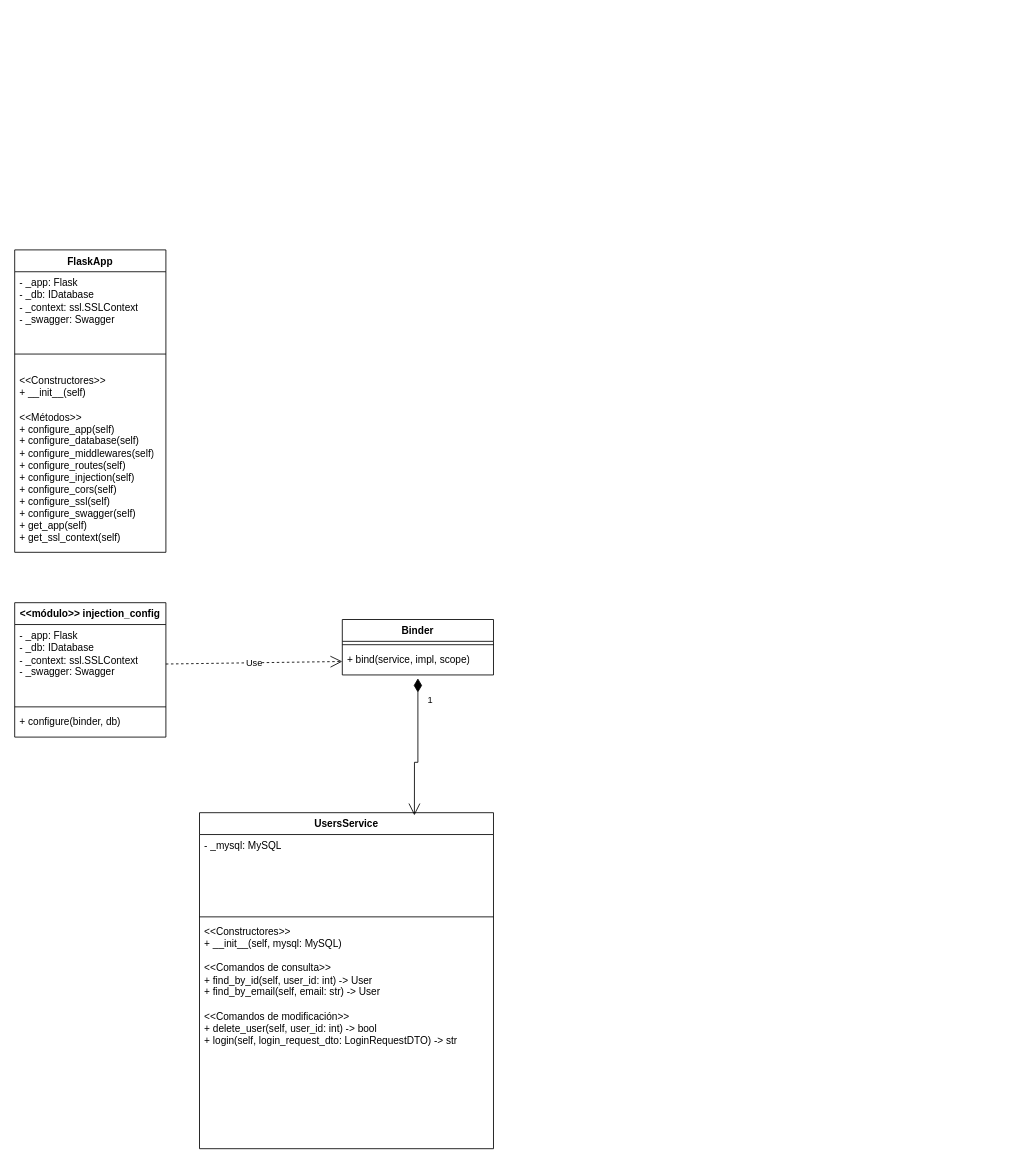
This is Proyecto_backend/documentation/UMLs/UML.drawio from Gonza90l/Proyecto-Final, a draw.io file, before an edit. Source tidied: cells renumbered, new cells numbered last; positions are measured from the earlier drawing's top-left corner, leaving out a move shared by most shapes. Both pictures are drawn from the tidied source at 84%, with x=0, y=0 at pixel (14, 249).
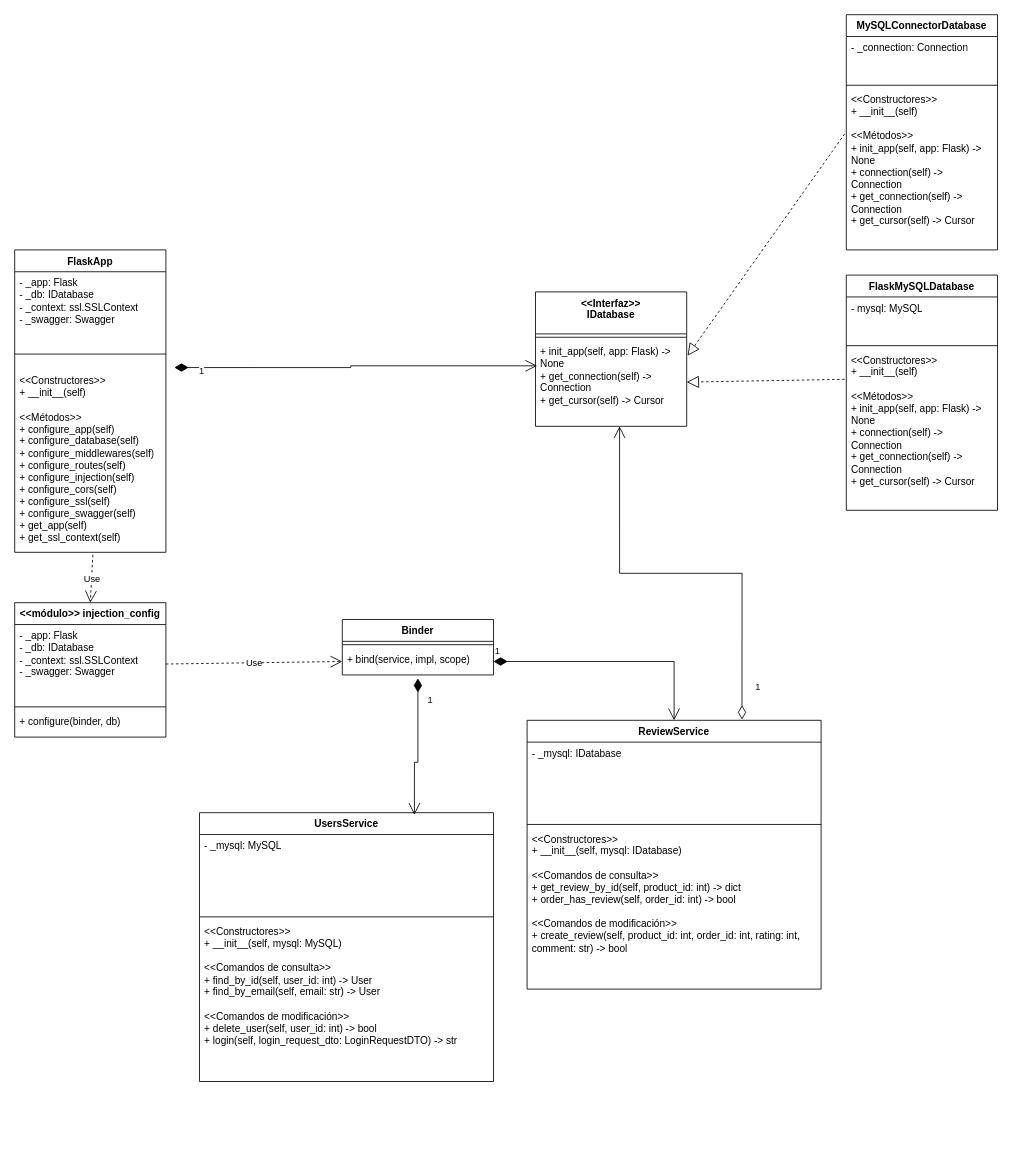
Above is the later version.

Commit message (it also covers changes not shown here):
IMPLEMENTAR: se añadió un archivo de diagrama UML para mejorar la documentación del sistema.

Unchanged cells that the change refers to:
```xml
<mxCell id="2" value="&amp;lt;&amp;lt;módulo&amp;gt;&amp;gt; injection_config " style="swimlane;fontStyle=1;align=center;verticalAlign=top;horizontal=1;startSize=26;whiteSpace=wrap;html=1;" parent="1" vertex="1">
  <mxGeometry y="420" width="180" height="160" as="geometry" />
</mxCell>
<mxCell id="9" value="&lt;div&gt;&lt;br&gt;&lt;/div&gt;&lt;div&gt;&amp;lt;&amp;lt;Constructores&amp;gt;&amp;gt;&lt;/div&gt;&lt;div&gt;+ __init__(self)&lt;/div&gt;&lt;div&gt;&lt;br&gt;&lt;/div&gt;&lt;div&gt;&amp;lt;&amp;lt;Métodos&amp;gt;&amp;gt;&lt;/div&gt;&lt;div&gt;+ configure_app(self)&lt;/div&gt;&lt;div&gt;+ configure_database(self)&lt;/div&gt;&lt;div&gt;+ configure_middlewares(self)&lt;/div&gt;&lt;div&gt;+ configure_routes(self)&lt;/div&gt;&lt;div&gt;+ configure_injection(self)&lt;/div&gt;&lt;div&gt;+ configure_cors(self)&lt;/div&gt;&lt;div&gt;+ configure_ssl(self)&lt;/div&gt;&lt;div&gt;+ configure_swagger(self)&lt;/div&gt;&lt;div&gt;+ get_app(self)&lt;/div&gt;&lt;div&gt;+ get_ssl_context(self)&lt;/div&gt;&lt;div&gt;&lt;br&gt;&lt;/div&gt;" style="text;strokeColor=none;fillColor=none;align=left;verticalAlign=top;spacingLeft=4;spacingRight=4;overflow=hidden;points=[[0,0.5],[1,0.5]];portConstraint=eastwest;whiteSpace=wrap;html=1;" parent="6" vertex="1">
  <mxGeometry y="128" width="180" height="232" as="geometry" />
</mxCell>
<mxCell id="16" value="&lt;div&gt;+ bind(service, impl, scope)&lt;br&gt;&lt;/div&gt;" style="text;strokeColor=none;fillColor=none;align=left;verticalAlign=top;spacingLeft=4;spacingRight=4;overflow=hidden;points=[[0,0.5],[1,0.5]];portConstraint=eastwest;whiteSpace=wrap;html=1;" parent="14" vertex="1">
  <mxGeometry y="34" width="180" height="32" as="geometry" />
</mxCell>
```

Change to the diagram source:
```diff
@@
     <mxCell id="10" value="UsersService" style="swimlane;fontStyle=1;align=center;verticalAlign=top;horizontal=1;startSize=26;whiteSpace=wrap;html=1;" parent="1" vertex="1">
-      <mxGeometry x="220" y="670" width="350" height="400" as="geometry" />
+      <mxGeometry x="220" y="670" width="350" height="320" as="geometry" />
     </mxCell>
@@
     <mxCell id="13" value="&lt;div&gt;&lt;div&gt;&amp;lt;&amp;lt;Constructores&amp;gt;&amp;gt;&lt;/div&gt;&lt;div&gt;+ __init__(self, mysql: MySQL)&lt;/div&gt;&lt;div&gt;&lt;br&gt;&lt;/div&gt;&lt;div&gt;&amp;lt;&amp;lt;Comandos de consulta&amp;gt;&amp;gt;&lt;/div&gt;&lt;div&gt;+ find_by_id(self, user_id: int) -&amp;gt; User&lt;/div&gt;&lt;div&gt;+ find_by_email(self, email: str) -&amp;gt; User&lt;/div&gt;&lt;div&gt;&lt;br&gt;&lt;/div&gt;&lt;div&gt;&amp;lt;&amp;lt;Comandos de modificación&amp;gt;&amp;gt;&lt;/div&gt;&lt;div&gt;+ delete_user(self, user_id: int) -&amp;gt; bool&lt;/div&gt;&lt;div&gt;+ login(self, login_request_dto: LoginRequestDTO) -&amp;gt; str&lt;/div&gt;&lt;/div&gt;" style="text;strokeColor=none;fillColor=none;align=left;verticalAlign=top;spacingLeft=4;spacingRight=4;overflow=hidden;whiteSpace=wrap;html=1;" parent="10" vertex="1">
-      <mxGeometry y="128" width="350" height="272" as="geometry" />
+      <mxGeometry y="128" width="350" height="192" as="geometry" />
     </mxCell>
@@
+    <mxCell id="19" value="ReviewService" style="swimlane;fontStyle=1;align=center;verticalAlign=top;horizontal=1;startSize=26;whiteSpace=wrap;html=1;" parent="1" vertex="1">
+      <mxGeometry x="610" y="560" width="350" height="320" as="geometry" />
+    </mxCell>
+    <mxCell id="20" value="- _mysql: IDatabase" style="text;strokeColor=none;fillColor=none;align=left;verticalAlign=top;spacingLeft=4;spacingRight=4;overflow=hidden;whiteSpace=wrap;html=1;" parent="19" vertex="1">
+      <mxGeometry y="26" width="350" height="94" as="geometry" />
+    </mxCell>
+    <mxCell id="21" style="line;strokeWidth=1;fillColor=none;align=left;verticalAlign=middle;spacingTop=-1;spacingLeft=3;spacingRight=3;labelPosition=right;strokeColor=inherit;" parent="19" vertex="1">
+      <mxGeometry y="120" width="350" height="8" as="geometry" />
+    </mxCell>
+    <mxCell id="22" value="&lt;div&gt;&amp;lt;&amp;lt;Constructores&amp;gt;&amp;gt;&lt;/div&gt;&lt;div&gt;+ __init__(self, mysql: IDatabase)&lt;/div&gt;&lt;div&gt;&lt;br&gt;&lt;/div&gt;&lt;div&gt;&amp;lt;&amp;lt;Comandos de consulta&amp;gt;&amp;gt;&lt;/div&gt;&lt;div&gt;+ get_review_by_id(self, product_id: int) -&amp;gt; dict&lt;/div&gt;&lt;div&gt;+ order_has_review(self, order_id: int) -&amp;gt; bool&lt;/div&gt;&lt;div&gt;&lt;br&gt;&lt;/div&gt;&lt;div&gt;&amp;lt;&amp;lt;Comandos de modificación&amp;gt;&amp;gt;&lt;/div&gt;&lt;div&gt;+ create_review(self, product_id: int, order_id: int, rating: int, comment: str) -&amp;gt; bool&lt;/div&gt;" style="text;strokeColor=none;fillColor=none;align=left;verticalAlign=top;spacingLeft=4;spacingRight=4;overflow=hidden;whiteSpace=wrap;html=1;" parent="19" vertex="1">
+      <mxGeometry y="128" width="350" height="192" as="geometry" />
+    </mxCell>
+    <mxCell id="23" value="1" style="endArrow=open;html=1;endSize=12;startArrow=diamondThin;startSize=14;startFill=1;edgeStyle=orthogonalEdgeStyle;align=left;verticalAlign=bottom;rounded=0;exitX=1;exitY=0.5;exitDx=0;exitDy=0;entryX=0.5;entryY=0;entryDx=0;entryDy=0;" parent="1" edge="1" source="16" target="19">
+      <mxGeometry x="-1" y="3" relative="1" as="geometry" />
+    </mxCell>
+    <mxCell id="24" value="&lt;div&gt;&amp;lt;&amp;lt;Interfaz&amp;gt;&amp;gt;&lt;/div&gt;&lt;div&gt;IDatabase&lt;/div&gt;" style="swimlane;fontStyle=1;align=center;verticalAlign=top;horizontal=1;startSize=50;whiteSpace=wrap;html=1;" parent="1" vertex="1">
+      <mxGeometry x="620" y="50" width="180" height="160" as="geometry" />
+    </mxCell>
+    <mxCell id="25" style="line;strokeWidth=1;fillColor=none;align=left;verticalAlign=middle;spacingTop=-1;spacingLeft=3;spacingRight=3;labelPosition=right;strokeColor=inherit;" parent="24" vertex="1">
+      <mxGeometry y="50" width="180" height="8" as="geometry" />
+    </mxCell>
+    <mxCell id="26" value="&lt;div&gt;&lt;div&gt;+ init_app(self, app: Flask) -&amp;gt; None&lt;/div&gt;&lt;div&gt;+ get_connection(self) -&amp;gt; Connection&lt;/div&gt;&lt;div&gt;+ get_cursor(self) -&amp;gt; Cursor&lt;/div&gt;&lt;/div&gt;" style="text;strokeColor=none;fillColor=none;align=left;verticalAlign=top;spacingLeft=4;spacingRight=4;overflow=hidden;points=[[0,0.5],[1,0.5]];portConstraint=eastwest;whiteSpace=wrap;html=1;" parent="24" vertex="1">
+      <mxGeometry y="58" width="180" height="102" as="geometry" />
+    </mxCell>
+    <mxCell id="27" value="1" style="endArrow=open;html=1;endSize=12;startArrow=diamondThin;startSize=14;startFill=0;edgeStyle=orthogonalEdgeStyle;align=left;verticalAlign=bottom;rounded=0;exitX=0.731;exitY=-0.003;exitDx=0;exitDy=0;entryX=0.556;entryY=1;entryDx=0;entryDy=0;entryPerimeter=0;exitPerimeter=0;" parent="1" edge="1" source="19" target="26">
+      <mxGeometry x="-0.88" y="-14" relative="1" as="geometry" />
+    </mxCell>
+    <mxCell id="28" value="FlaskMySQLDatabase" style="swimlane;fontStyle=1;align=center;verticalAlign=top;horizontal=1;startSize=26;whiteSpace=wrap;html=1;" parent="1" vertex="1">
+      <mxGeometry x="990" y="30" width="180" height="280" as="geometry" />
+    </mxCell>
+    <mxCell id="29" value="- mysql: MySQL" style="text;strokeColor=none;fillColor=none;align=left;verticalAlign=top;spacingLeft=4;spacingRight=4;overflow=hidden;whiteSpace=wrap;html=1;" parent="28" vertex="1">
+      <mxGeometry y="26" width="180" height="54" as="geometry" />
+    </mxCell>
+    <mxCell id="30" style="line;strokeWidth=1;fillColor=none;align=left;verticalAlign=middle;spacingTop=-1;spacingLeft=3;spacingRight=3;labelPosition=right;strokeColor=inherit;" parent="28" vertex="1">
+      <mxGeometry y="80" width="180" height="8" as="geometry" />
+    </mxCell>
+    <mxCell id="31" value="&lt;div&gt;&lt;div&gt;&amp;lt;&amp;lt;Constructores&amp;gt;&amp;gt;&lt;/div&gt;&lt;div&gt;+ __init__(self)&lt;/div&gt;&lt;div&gt;&lt;br&gt;&lt;/div&gt;&lt;div&gt;&amp;lt;&amp;lt;Métodos&amp;gt;&amp;gt;&lt;/div&gt;&lt;div&gt;+ init_app(self, app: Flask) -&amp;gt; None&lt;/div&gt;&lt;div&gt;+ connection(self) -&amp;gt; Connection&lt;/div&gt;&lt;div&gt;+ get_connection(self) -&amp;gt; Connection&lt;/div&gt;&lt;div&gt;+ get_cursor(self) -&amp;gt; Cursor&lt;/div&gt;&lt;/div&gt;&lt;div&gt;&lt;br&gt;&lt;/div&gt;" style="text;strokeColor=none;fillColor=none;align=left;verticalAlign=top;spacingLeft=4;spacingRight=4;overflow=hidden;points=[[0,0.5],[1,0.5]];portConstraint=eastwest;whiteSpace=wrap;html=1;" parent="28" vertex="1">
+      <mxGeometry y="88" width="180" height="192" as="geometry" />
+    </mxCell>
+    <mxCell id="32" style="endArrow=block;dashed=1;endFill=0;endSize=12;html=1;rounded=0;exitX=-0.011;exitY=0.188;exitDx=0;exitDy=0;exitPerimeter=0;" parent="1" edge="1" source="31" target="26">
+      <mxGeometry relative="1" as="geometry" />
+    </mxCell>
+    <mxCell id="33" value="MySQLConnectorDatabase" style="swimlane;fontStyle=1;align=center;verticalAlign=top;horizontal=1;startSize=26;whiteSpace=wrap;html=1;" parent="1" vertex="1">
+      <mxGeometry x="990" y="-280" width="180" height="280" as="geometry" />
+    </mxCell>
+    <mxCell id="34" value="- _connection: Connection" style="text;strokeColor=none;fillColor=none;align=left;verticalAlign=top;spacingLeft=4;spacingRight=4;overflow=hidden;whiteSpace=wrap;html=1;" parent="33" vertex="1">
+      <mxGeometry y="26" width="180" height="54" as="geometry" />
+    </mxCell>
+    <mxCell id="35" style="line;strokeWidth=1;fillColor=none;align=left;verticalAlign=middle;spacingTop=-1;spacingLeft=3;spacingRight=3;labelPosition=right;strokeColor=inherit;" parent="33" vertex="1">
+      <mxGeometry y="80" width="180" height="8" as="geometry" />
+    </mxCell>
+    <mxCell id="36" value="&lt;div&gt;&amp;lt;&amp;lt;Constructores&amp;gt;&amp;gt;&lt;/div&gt;&lt;div&gt;+ __init__(self)&lt;/div&gt;&lt;div&gt;&lt;br&gt;&lt;/div&gt;&lt;div&gt;&amp;lt;&amp;lt;Métodos&amp;gt;&amp;gt;&lt;/div&gt;&lt;div&gt;+ init_app(self, app: Flask) -&amp;gt; None&lt;/div&gt;&lt;div&gt;+ connection(self) -&amp;gt; Connection&lt;/div&gt;&lt;div&gt;+ get_connection(self) -&amp;gt; Connection&lt;/div&gt;&lt;div&gt;+ get_cursor(self) -&amp;gt; Cursor&lt;/div&gt;" style="text;strokeColor=none;fillColor=none;align=left;verticalAlign=top;spacingLeft=4;spacingRight=4;overflow=hidden;points=[[0,0.5],[1,0.5]];portConstraint=eastwest;whiteSpace=wrap;html=1;" parent="33" vertex="1">
+      <mxGeometry y="88" width="180" height="192" as="geometry" />
+    </mxCell>
+    <mxCell id="37" style="endArrow=block;dashed=1;endFill=0;endSize=12;html=1;rounded=0;exitX=-0.011;exitY=0.281;exitDx=0;exitDy=0;exitPerimeter=0;entryX=1.006;entryY=0.176;entryDx=0;entryDy=0;entryPerimeter=0;" parent="1" edge="1" source="36" target="26">
+      <mxGeometry relative="1" as="geometry" />
+    </mxCell>
+    <mxCell id="38" value="1" style="endArrow=open;html=1;endSize=12;startArrow=diamondThin;startSize=14;startFill=1;edgeStyle=orthogonalEdgeStyle;align=left;verticalAlign=bottom;rounded=0;exitX=1.056;exitY=0.052;exitDx=0;exitDy=0;exitPerimeter=0;entryX=0.011;entryY=0.294;entryDx=0;entryDy=0;entryPerimeter=0;" parent="1" edge="1" source="9" target="26">
+      <mxGeometry x="-0.87" y="-13" relative="1" as="geometry" />
+    </mxCell>
+    <mxCell id="39" value="Use" style="endArrow=open;endSize=12;dashed=1;html=1;rounded=0;exitX=0.517;exitY=1.013;exitDx=0;exitDy=0;exitPerimeter=0;entryX=0.5;entryY=0;entryDx=0;entryDy=0;" parent="1" edge="1" source="9" target="2">
+      <mxGeometry relative="1" as="geometry" />
+    </mxCell>
```
